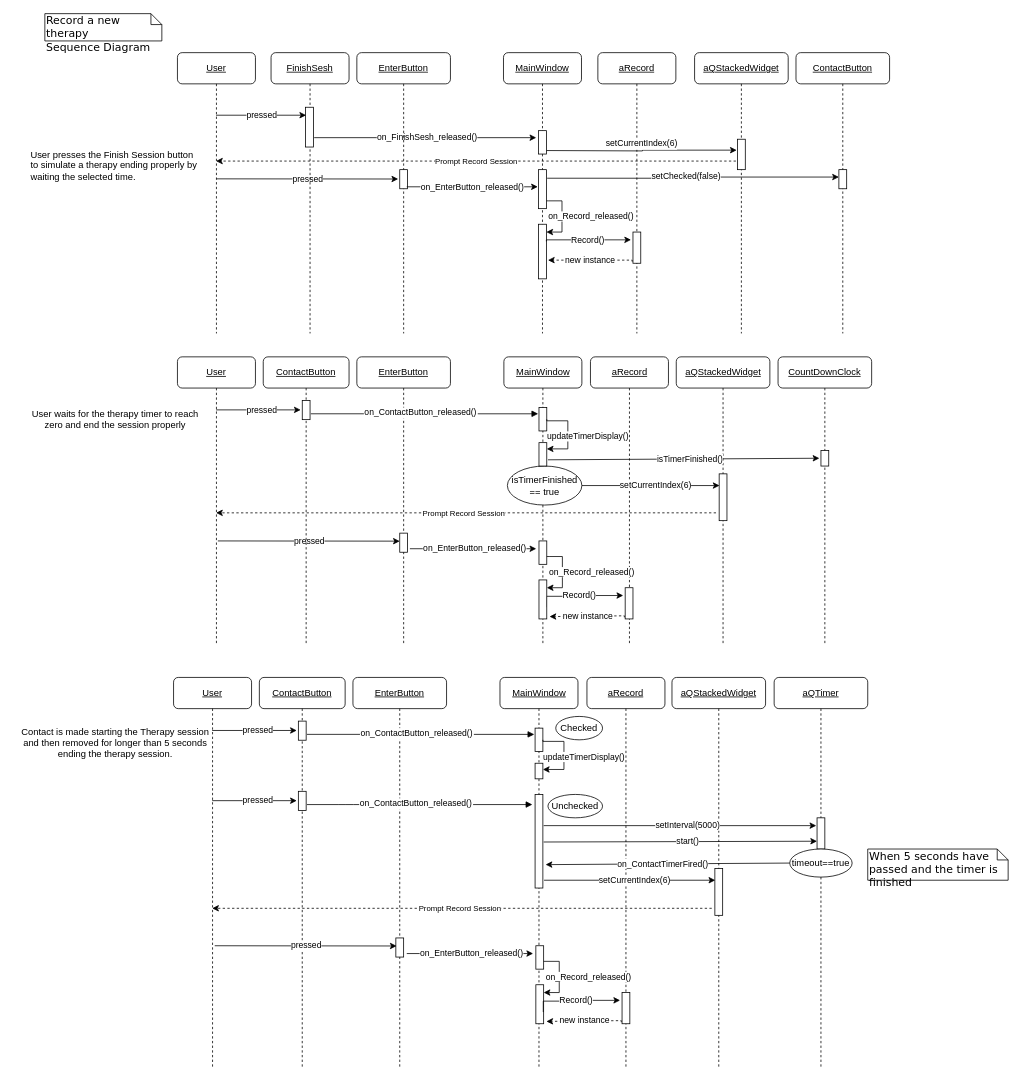
Hall-Andrew/CESDEVICE-3004FinalProject keeps this draw.io diagram as Documentation/record_therapy.drawio. Above is the earlier version. Source tidied: cells renumbered, new cells numbered last; positions are measured from the earlier drawing's top-left corner, leaving out a move shared by most shapes. Both pictures are drawn from the tidied source at 78%, with x=0, y=0 at pixel (13, 13).
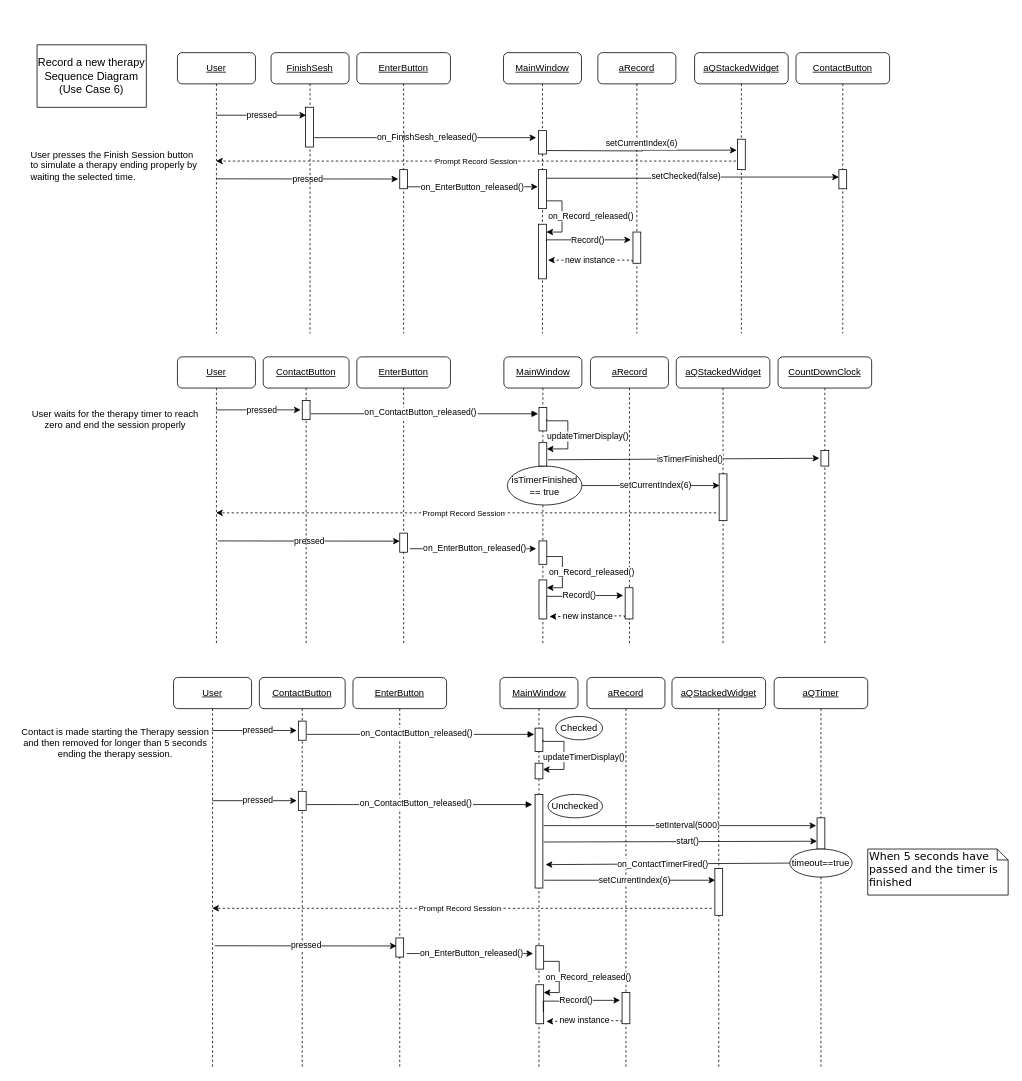
After the change.

Diff of the diagram source:
```diff
@@
-    <mxCell id="45" value="&lt;font style=&quot;font-size: 14px&quot;&gt;Record a new therapy&lt;br&gt;Sequence Diagram&lt;br&gt;&lt;/font&gt;" style="shape=note;whiteSpace=wrap;html=1;size=14;verticalAlign=top;align=left;spacingTop=-6;rounded=0;shadow=0;comic=0;labelBackgroundColor=none;strokeWidth=1;fontFamily=Verdana;fontSize=12;fillColor=default;strokeColor=default;fontColor=default;" parent="1" vertex="1">
-      <mxGeometry x="40" width="150" height="35" as="geometry" />
-    </mxCell>
@@
     <mxCell id="92" value="&lt;font style=&quot;font-size: 14px&quot;&gt;When 5 seconds have passed and the timer is finished&lt;br&gt;&lt;/font&gt;" style="shape=note;whiteSpace=wrap;html=1;size=14;verticalAlign=top;align=left;spacingTop=-6;rounded=0;shadow=0;comic=0;labelBackgroundColor=none;strokeWidth=1;fontFamily=Verdana;fontSize=12;fillColor=default;strokeColor=default;fontColor=default;" parent="1" vertex="1">
-      <mxGeometry x="1095" y="1071" width="180" height="40" as="geometry" />
+      <mxGeometry x="1095" y="1071" width="180" height="59" as="geometry" />
     </mxCell>
@@
+    <mxCell id="96" value="&lt;font style=&quot;font-size: 14px&quot;&gt;Record a new therapy&lt;br&gt;Sequence Diagram&lt;br&gt;&lt;/font&gt;&lt;font style=&quot;font-size: 14px&quot;&gt;(Use Case 6)&lt;/font&gt;" style="rounded=0;whiteSpace=wrap;html=1;" parent="1" vertex="1">
+      <mxGeometry x="30" y="40" width="140" height="80" as="geometry" />
+    </mxCell>
```
